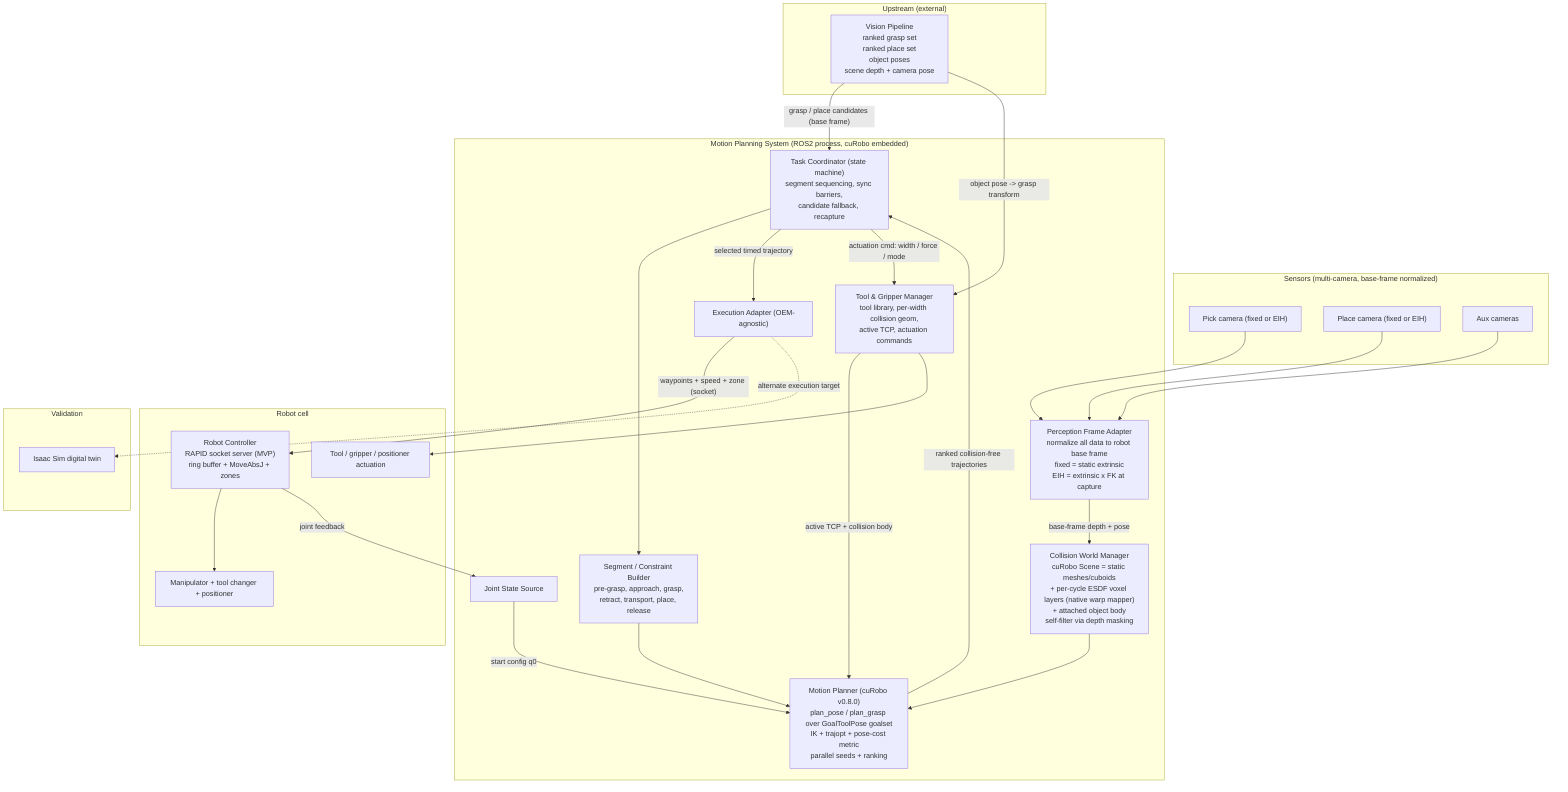
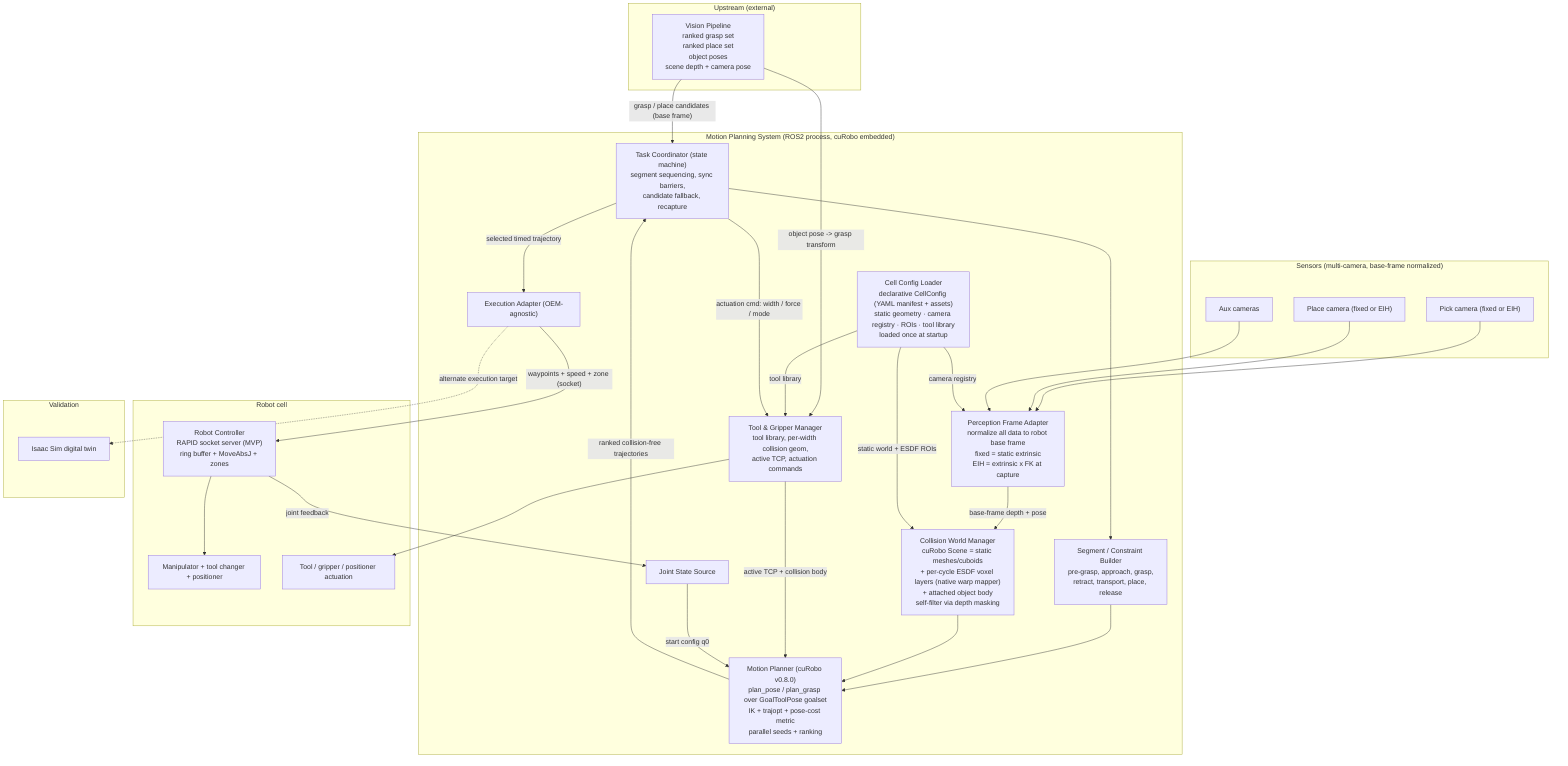
flowchart TB
    subgraph EXT["Upstream (external)"]
        VIS["Vision Pipeline<br/>ranked grasp set<br/>ranked place set<br/>object poses<br/>scene depth + camera pose"]
    end

    subgraph CAMS["Sensors (multi-camera, base-frame normalized)"]
        PCAM["Pick camera (fixed or EIH)"]
        QCAM["Place camera (fixed or EIH)"]
        ACAM["Aux cameras"]
    end

    subgraph SYS["Motion Planning System (ROS2 process, cuRobo embedded)"]
        PFA["Perception Frame Adapter<br/>normalize all data to robot base frame<br/>fixed = static extrinsic<br/>EIH = extrinsic x FK at capture"]
        CWM["Collision World Manager<br/>cuRobo Scene = static meshes/cuboids<br/>+ per-cycle ESDF voxel layers (native warp mapper)<br/>+ attached object body<br/>self-filter via depth masking"]
        SCB["Segment / Constraint Builder<br/>pre-grasp, approach, grasp,<br/>retract, transport, place, release"]
        MP["Motion Planner (cuRobo v0.8.0)<br/>plan_pose / plan_grasp over GoalToolPose goalset<br/>IK + trajopt + pose-cost metric<br/>parallel seeds + ranking"]
        TGM["Tool & Gripper Manager<br/>tool library, per-width collision geom,<br/>active TCP, actuation commands"]
        COORD["Task Coordinator (state machine)<br/>segment sequencing, sync barriers,<br/>candidate fallback, recapture"]
        EXA["Execution Adapter (OEM-agnostic)"]
        JSS["Joint State Source"]
+         CFG["Cell Config Loader<br/>declarative CellConfig (YAML manifest + assets)<br/>static geometry · camera registry · ROIs · tool library<br/>loaded once at startup"]
    end

    subgraph CELL["Robot cell"]
        CTRL["Robot Controller<br/>RAPID socket server (MVP)<br/>ring buffer + MoveAbsJ + zones"]
        ROBOT["Manipulator + tool changer + positioner"]
        TOOLC["Tool / gripper / positioner actuation"]
    end

    subgraph SIM["Validation"]
        ISAAC["Isaac Sim digital twin"]
    end

    PCAM --> PFA
    QCAM --> PFA
    ACAM --> PFA
    VIS -->|"grasp / place candidates (base frame)"| COORD
    VIS -->|"object pose -> grasp transform"| TGM
    PFA -->|"base-frame depth + pose"| CWM
+     CFG -->|"camera registry"| PFA
+     CFG -->|"static world + ESDF ROIs"| CWM
+     CFG -->|"tool library"| TGM

    COORD --> SCB
    SCB --> MP
    CWM --> MP
    TGM -->|"active TCP + collision body"| MP
    MP -->|"ranked collision-free trajectories"| COORD
    COORD -->|"selected timed trajectory"| EXA
    COORD -->|"actuation cmd: width / force / mode"| TGM
    TGM --> TOOLC
    EXA -->|"waypoints + speed + zone (socket)"| CTRL
    CTRL --> ROBOT
    CTRL -->|"joint feedback"| JSS
    JSS -->|"start config q0"| MP
    EXA -. "alternate execution target" .-> ISAAC
